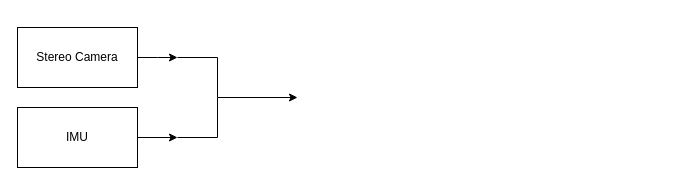
Earlier version of the draw.io diagram VIO Diagram.drawio (lucathebazooka/VIO). Source tidied: cells renumbered, new cells numbered last; positions are measured from the earlier drawing's top-left corner, leaving out a move shared by most shapes. Both pictures are drawn from the tidied source at 100%, with x=0, y=0 at pixel (17, 27).
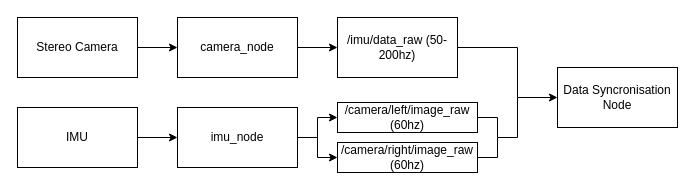
After the change.

Unchanged cells that the change refers to:
```xml
<mxCell id="5" value="IMU" style="rounded=0;whiteSpace=wrap;html=1;" parent="1" vertex="1">
  <mxGeometry y="80" width="120" height="60" as="geometry" />
</mxCell>
```

Diff of the diagram source:
```diff
@@
-    <mxCell id="2" style="edgeStyle=orthogonalEdgeStyle;rounded=0;jettySize=auto;html=1;exitX=1;exitY=0.5;exitDx=0;exitDy=0;" parent="1" edge="1" source="3">
-      <mxGeometry relative="1" as="geometry">
-        <mxPoint x="160" y="30" as="targetPoint" />
-      </mxGeometry>
-    </mxCell>
+    <mxCell id="11" style="edgeStyle=none;rounded=0;jettySize=auto;html=1;exitX=1;exitY=0.5;exitDx=0;exitDy=0;entryX=0;entryY=0.5;entryDx=0;entryDy=0;" parent="1" edge="1" source="3" target="16">
+      <mxGeometry relative="1" as="geometry" />
+    </mxCell>
     <mxCell id="3" value="Stereo Camera" style="rounded=0;whiteSpace=wrap;html=1;" parent="1" vertex="1">
-      <mxGeometry width="120" height="60" as="geometry" />
+      <mxGeometry y="-10" width="120" height="60" as="geometry" />
     </mxCell>
-    <mxCell id="4" style="edgeStyle=none;rounded=0;jettySize=auto;html=1;exitX=1;exitY=0.5;exitDx=0;exitDy=0;" parent="1" edge="1" source="5">
+    <mxCell id="4" style="edgeStyle=none;rounded=0;orthogonalLoop=1;jettySize=auto;html=1;endArrow=none;endFill=0;" parent="1" edge="1">
       <mxGeometry relative="1" as="geometry">
-        <mxPoint x="160" y="110" as="targetPoint" />
+        <mxPoint x="480" y="110" as="sourcePoint" />
+        <mxPoint x="500" y="110" as="targetPoint" />
       </mxGeometry>
     </mxCell>
+    <mxCell id="12" style="edgeStyle=none;rounded=0;jettySize=auto;html=1;exitX=1;exitY=0.5;exitDx=0;exitDy=0;entryX=0;entryY=0.5;entryDx=0;entryDy=0;" parent="1" edge="1" source="5" target="17">
+      <mxGeometry relative="1" as="geometry" />
+    </mxCell>
@@
-    <mxCell id="6" style="endArrow=none;html=1;rounded=0;" parent="1" edge="1">
-      <mxGeometry relative="1" as="geometry">
-        <mxPoint x="160" y="110" as="sourcePoint" />
-        <mxPoint x="200" y="110" as="targetPoint" />
-      </mxGeometry>
-    </mxCell>
-    <mxCell id="7" style="endArrow=none;html=1;rounded=0;" parent="1" edge="1">
-      <mxGeometry relative="1" as="geometry">
-        <mxPoint x="160" y="30" as="sourcePoint" />
-        <mxPoint x="200" y="30" as="targetPoint" />
-      </mxGeometry>
-    </mxCell>
     <mxCell id="8" style="endArrow=none;html=1;rounded=0;" parent="1" edge="1">
       <mxGeometry relative="1" as="geometry">
-        <mxPoint x="200" y="110" as="sourcePoint" />
-        <mxPoint x="200" y="70" as="targetPoint" />
+        <mxPoint x="500" y="110" as="sourcePoint" />
+        <mxPoint x="500" y="70" as="targetPoint" />
       </mxGeometry>
     </mxCell>
     <mxCell id="9" style="endArrow=none;html=1;rounded=0;" parent="1" edge="1">
       <mxGeometry relative="1" as="geometry">
-        <mxPoint x="200" y="70" as="sourcePoint" />
-        <mxPoint x="200" y="30" as="targetPoint" />
+        <mxPoint x="500" y="70" as="sourcePoint" />
+        <mxPoint x="500" y="20" as="targetPoint" />
       </mxGeometry>
     </mxCell>
-    <mxCell id="10" style="endArrow=classic;html=1;rounded=0;" parent="1" edge="1">
-      <mxGeometry relative="1" as="geometry">
-        <mxPoint x="200" y="70" as="sourcePoint" />
-        <mxPoint x="280" y="70" as="targetPoint" />
-      </mxGeometry>
-    </mxCell>
+    <mxCell id="13" style="endArrow=none;html=1;rounded=0;exitX=1;exitY=0.5;exitDx=0;exitDy=0;" parent="1" edge="1" source="18">
+      <mxGeometry relative="1" as="geometry">
+        <mxPoint x="500" y="20" as="targetPoint" />
+      </mxGeometry>
+    </mxCell>
+    <mxCell id="14" style="endArrow=classic;html=1;rounded=0;endFill=1;" parent="1" edge="1">
+      <mxGeometry relative="1" as="geometry">
+        <mxPoint x="500" y="70" as="sourcePoint" />
+        <mxPoint x="540" y="70" as="targetPoint" />
+      </mxGeometry>
+    </mxCell>
+    <mxCell id="15" style="edgeStyle=none;rounded=0;jettySize=auto;html=1;exitX=1;exitY=0.5;exitDx=0;exitDy=0;entryX=0;entryY=0.5;entryDx=0;entryDy=0;" parent="1" edge="1" source="16" target="18">
+      <mxGeometry relative="1" as="geometry" />
+    </mxCell>
+    <mxCell id="16" value="camera_node" style="rounded=0;whiteSpace=wrap;html=1;" parent="1" vertex="1">
+      <mxGeometry x="160" y="-10" width="120" height="60" as="geometry" />
+    </mxCell>
+    <mxCell id="17" value="imu_node" style="rounded=0;whiteSpace=wrap;html=1;" parent="1" vertex="1">
+      <mxGeometry x="160" y="80" width="120" height="60" as="geometry" />
+    </mxCell>
+    <mxCell id="18" value="/imu/data_raw (50-200hz)" style="rounded=0;whiteSpace=wrap;html=1;" parent="1" vertex="1">
+      <mxGeometry x="320" y="-10" width="120" height="60" as="geometry" />
+    </mxCell>
+    <mxCell id="19" value="/camera/left/image_raw (60hz)" style="rounded=0;whiteSpace=wrap;html=1;" parent="1" vertex="1">
+      <mxGeometry x="320" y="75" width="140" height="30" as="geometry" />
+    </mxCell>
+    <mxCell id="20" value="/camera/right/image_raw (60hz)" style="rounded=0;whiteSpace=wrap;html=1;" parent="1" vertex="1">
+      <mxGeometry x="320" y="115" width="140" height="30" as="geometry" />
+    </mxCell>
+    <mxCell id="21" style="edgeStyle=none;rounded=0;jettySize=auto;html=1;exitX=1;exitY=0.5;exitDx=0;exitDy=0;endArrow=none;endFill=0;" parent="1" edge="1" source="20">
+      <mxGeometry relative="1" as="geometry">
+        <mxPoint x="480" y="130" as="targetPoint" />
+      </mxGeometry>
+    </mxCell>
+    <mxCell id="22" style="endArrow=none;html=1;rounded=0;exitX=1;exitY=0.5;exitDx=0;exitDy=0;" parent="1" edge="1" source="19">
+      <mxGeometry relative="1" as="geometry">
+        <mxPoint x="480" y="90" as="targetPoint" />
+      </mxGeometry>
+    </mxCell>
+    <mxCell id="23" style="endArrow=none;html=1;rounded=0;" parent="1" edge="1">
+      <mxGeometry relative="1" as="geometry">
+        <mxPoint x="480" y="110" as="sourcePoint" />
+        <mxPoint x="480" y="90" as="targetPoint" />
+      </mxGeometry>
+    </mxCell>
+    <mxCell id="24" style="endArrow=none;html=1;rounded=0;" parent="1" edge="1">
+      <mxGeometry relative="1" as="geometry">
+        <mxPoint x="480" y="110" as="sourcePoint" />
+        <mxPoint x="480" y="130" as="targetPoint" />
+      </mxGeometry>
+    </mxCell>
+    <mxCell id="25" style="endArrow=none;html=1;rounded=0;exitX=1;exitY=0.5;exitDx=0;exitDy=0;" parent="1" edge="1" source="17">
+      <mxGeometry relative="1" as="geometry">
+        <mxPoint x="300" y="110" as="targetPoint" />
+      </mxGeometry>
+    </mxCell>
+    <mxCell id="26" style="endArrow=none;html=1;rounded=0;" parent="1" edge="1">
+      <mxGeometry relative="1" as="geometry">
+        <mxPoint x="300" y="130" as="sourcePoint" />
+        <mxPoint x="300" y="90" as="targetPoint" />
+      </mxGeometry>
+    </mxCell>
+    <mxCell id="27" style="endArrow=classic;html=1;rounded=0;entryX=0;entryY=0.5;entryDx=0;entryDy=0;endFill=1;" parent="1" edge="1" target="20">
+      <mxGeometry relative="1" as="geometry">
+        <mxPoint x="300" y="130" as="sourcePoint" />
+      </mxGeometry>
+    </mxCell>
+    <mxCell id="28" style="endArrow=classic;html=1;rounded=0;entryX=0;entryY=0.5;entryDx=0;entryDy=0;endFill=1;" parent="1" edge="1" target="19">
+      <mxGeometry relative="1" as="geometry">
+        <mxPoint x="300" y="90" as="sourcePoint" />
+      </mxGeometry>
+    </mxCell>
+    <mxCell id="29" value="Data Syncronisation Node" style="rounded=0;whiteSpace=wrap;html=1;" parent="1" vertex="1">
+      <mxGeometry x="540" y="40" width="120" height="60" as="geometry" />
+    </mxCell>
```
